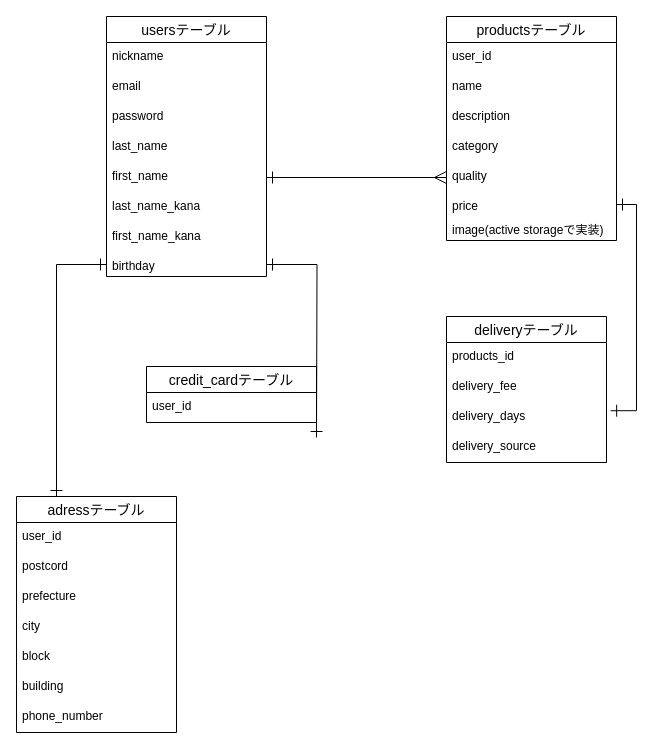
SeyH0409/furima-32867 keeps this draw.io diagram as page "ページ1" (1 of 2) of furima.dio. Above is the earlier version. Source tidied: cells renumbered, new cells numbered last; positions are measured from the earlier drawing's top-left corner, leaving out a move shared by most shapes. Both pictures are drawn from the tidied source at 100%, with x=0, y=0 at pixel (16, 16).
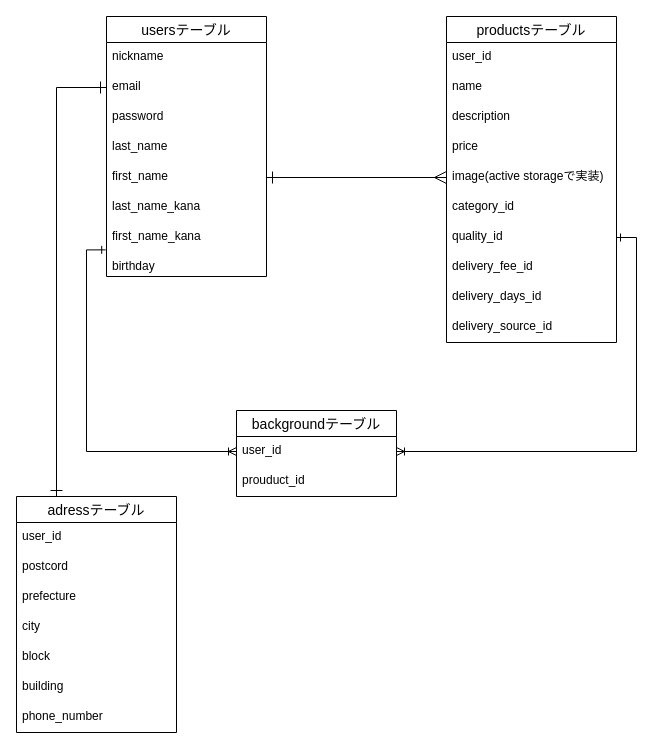
The same page after the edit.

Commit message (it also covers changes not shown here):
データベース設計　二回目

The change refers to these unchanged cells:
```xml
<mxCell id="4" value="email&#10;" style="text;strokeColor=none;fillColor=none;spacingLeft=4;spacingRight=4;overflow=hidden;points=[[0,0.5],[1,0.5]];portConstraint=eastwest;fontSize=12;" parent="2" vertex="1">
  <mxGeometry y="56" width="160" height="30" as="geometry" />
</mxCell>
<mxCell id="7" value="first_name" style="text;strokeColor=none;fillColor=none;spacingLeft=4;spacingRight=4;overflow=hidden;points=[[0,0.5],[1,0.5]];portConstraint=eastwest;fontSize=12;" parent="2" vertex="1">
  <mxGeometry y="146" width="160" height="30" as="geometry" />
</mxCell>
<mxCell id="9" value="first_name_kana" style="text;strokeColor=none;fillColor=none;spacingLeft=4;spacingRight=4;overflow=hidden;points=[[0,0.5],[1,0.5]];portConstraint=eastwest;fontSize=12;" parent="2" vertex="1">
  <mxGeometry y="206" width="160" height="30" as="geometry" />
</mxCell>
<mxCell id="10" value="birthday" style="text;strokeColor=none;fillColor=none;spacingLeft=4;spacingRight=4;overflow=hidden;points=[[0,0.5],[1,0.5]];portConstraint=eastwest;fontSize=12;" parent="2" vertex="1">
  <mxGeometry y="236" width="160" height="24" as="geometry" />
</mxCell>
<mxCell id="29" value="adressテーブル" style="swimlane;fontStyle=0;horizontal=1;startSize=26;align=center;fontSize=14;" parent="1" vertex="1">
  <mxGeometry y="480" width="160" height="236" as="geometry" />
</mxCell>
```

Change to the diagram source:
```diff
@@
     <mxCell id="11" value="productsテーブル" style="swimlane;fontStyle=0;horizontal=1;startSize=26;align=center;fontSize=14;" parent="1" vertex="1">
-      <mxGeometry x="430" width="170" height="224" as="geometry" />
+      <mxGeometry x="430" width="170" height="326" as="geometry" />
     </mxCell>
@@
-    <mxCell id="15" value="category" style="text;strokeColor=none;fillColor=none;spacingLeft=4;spacingRight=4;overflow=hidden;fontSize=12;" parent="11" vertex="1">
+    <mxCell id="15" value="price" style="text;strokeColor=none;fillColor=none;spacingLeft=4;spacingRight=4;overflow=hidden;fontSize=12;" parent="11" vertex="1">
       <mxGeometry y="116" width="170" height="30" as="geometry" />
     </mxCell>
+    <mxCell id="18" value="image(active storageで実装)" style="text;strokeColor=none;fillColor=none;spacingLeft=4;spacingRight=4;overflow=hidden;points=[[0,0.5],[1,0.5]];portConstraint=eastwest;fontSize=12;" parent="11" vertex="1">
+      <mxGeometry y="146" width="170" height="30" as="geometry" />
+    </mxCell>
+    <mxCell id="38" value="category_id" style="text;strokeColor=none;fillColor=none;spacingLeft=4;spacingRight=4;overflow=hidden;fontSize=12;" parent="11" vertex="1">
+      <mxGeometry y="176" width="170" height="30" as="geometry" />
+    </mxCell>
-    <mxCell id="16" value="quality" style="text;strokeColor=none;fillColor=none;spacingLeft=4;spacingRight=4;overflow=hidden;points=[[0,0.5],[1,0.5]];portConstraint=eastwest;fontSize=12;" parent="11" vertex="1">
-      <mxGeometry y="146" width="170" height="30" as="geometry" />
+    <mxCell id="16" value="quality_id" style="text;strokeColor=none;fillColor=none;spacingLeft=4;spacingRight=4;overflow=hidden;points=[[0,0.5],[1,0.5]];portConstraint=eastwest;fontSize=12;" parent="11" vertex="1">
+      <mxGeometry y="206" width="170" height="30" as="geometry" />
     </mxCell>
-    <mxCell id="17" value="price" style="text;strokeColor=none;fillColor=none;spacingLeft=4;spacingRight=4;overflow=hidden;points=[[0,0.5],[1,0.5]];portConstraint=eastwest;fontSize=12;" parent="11" vertex="1">
-      <mxGeometry y="176" width="170" height="24" as="geometry" />
-    </mxCell>
-    <mxCell id="18" value="image(active storageで実装)" style="text;strokeColor=none;fillColor=none;spacingLeft=4;spacingRight=4;overflow=hidden;points=[[0,0.5],[1,0.5]];portConstraint=eastwest;fontSize=12;" parent="11" vertex="1">
-      <mxGeometry y="200" width="170" height="24" as="geometry" />
-    </mxCell>
+    <mxCell id="39" value="delivery_fee_id" style="text;strokeColor=none;fillColor=none;spacingLeft=4;spacingRight=4;overflow=hidden;fontSize=12;" parent="11" vertex="1">
+      <mxGeometry y="236" width="170" height="30" as="geometry" />
+    </mxCell>
+    <mxCell id="40" value="delivery_days_id" style="text;strokeColor=none;fillColor=none;spacingLeft=4;spacingRight=4;overflow=hidden;fontSize=12;" parent="11" vertex="1">
+      <mxGeometry y="266" width="170" height="30" as="geometry" />
+    </mxCell>
+    <mxCell id="41" value="delivery_source_id" style="text;strokeColor=none;fillColor=none;spacingLeft=4;spacingRight=4;overflow=hidden;fontSize=12;" parent="11" vertex="1">
+      <mxGeometry y="296" width="170" height="30" as="geometry" />
+    </mxCell>
-    <mxCell id="19" style="edgeStyle=orthogonalEdgeStyle;rounded=0;jettySize=auto;html=1;exitX=1;exitY=0.5;exitDx=0;exitDy=0;entryX=0;entryY=0.5;entryDx=0;entryDy=0;startArrow=ERone;startFill=0;startSize=10;endArrow=ERmany;endFill=0;endSize=10;" parent="1" edge="1" source="7" target="16">
+    <mxCell id="19" style="edgeStyle=orthogonalEdgeStyle;rounded=0;jettySize=auto;html=1;exitX=1;exitY=0.5;exitDx=0;exitDy=0;entryX=0;entryY=0.5;entryDx=0;entryDy=0;startArrow=ERone;startFill=0;startSize=10;endArrow=ERmany;endFill=0;endSize=10;" parent="1" edge="1" source="7" target="18">
       <mxGeometry relative="1" as="geometry" />
     </mxCell>
-    <mxCell id="20" value="deliveryテーブル" style="swimlane;fontStyle=0;horizontal=1;startSize=26;align=center;fontSize=14;" parent="1" vertex="1">
-      <mxGeometry x="430" y="300" width="160" height="146" as="geometry" />
-    </mxCell>
-    <mxCell id="21" value="products_id" style="text;strokeColor=none;fillColor=none;spacingLeft=4;spacingRight=4;overflow=hidden;fontSize=12;" parent="20" vertex="1">
-      <mxGeometry y="26" width="160" height="30" as="geometry" />
-    </mxCell>
-    <mxCell id="22" value="delivery_fee" style="text;strokeColor=none;fillColor=none;spacingLeft=4;spacingRight=4;overflow=hidden;fontSize=12;" parent="20" vertex="1">
-      <mxGeometry y="56" width="160" height="30" as="geometry" />
-    </mxCell>
-    <mxCell id="23" value="delivery_days" style="text;strokeColor=none;fillColor=none;spacingLeft=4;spacingRight=4;overflow=hidden;points=[[0,0.5],[1,0.5]];portConstraint=eastwest;fontSize=12;" parent="20" vertex="1">
-      <mxGeometry y="86" width="160" height="30" as="geometry" />
-    </mxCell>
-    <mxCell id="24" value="delivery_source" style="text;strokeColor=none;fillColor=none;spacingLeft=4;spacingRight=4;overflow=hidden;fontSize=12;" parent="20" vertex="1">
-      <mxGeometry y="116" width="160" height="30" as="geometry" />
-    </mxCell>
-    <mxCell id="25" style="edgeStyle=orthogonalEdgeStyle;rounded=0;jettySize=auto;html=1;exitX=1;exitY=0.5;exitDx=0;exitDy=0;entryX=1.026;entryY=0.274;entryDx=0;entryDy=0;entryPerimeter=0;startArrow=ERone;startFill=0;startSize=10;endArrow=ERone;endFill=0;endSize=10;" parent="1" edge="1" source="17" target="23">
-      <mxGeometry relative="1" as="geometry" />
-    </mxCell>
-    <mxCell id="26" value="credit_cardテーブル" style="swimlane;fontStyle=0;horizontal=1;startSize=26;align=center;fontSize=14;" parent="1" vertex="1">
-      <mxGeometry x="130" y="350" width="170" height="56" as="geometry" />
-    </mxCell>
-    <mxCell id="27" value="user_id" style="text;strokeColor=none;fillColor=none;spacingLeft=4;spacingRight=4;overflow=hidden;points=[[0,0.5],[1,0.5]];portConstraint=eastwest;fontSize=12;" parent="26" vertex="1">
-      <mxGeometry y="26" width="170" height="30" as="geometry" />
-    </mxCell>
-    <mxCell id="28" style="edgeStyle=orthogonalEdgeStyle;rounded=0;jettySize=auto;html=1;exitX=1;exitY=0.5;exitDx=0;exitDy=0;entryX=1;entryY=0.5;entryDx=0;entryDy=0;startArrow=ERone;startFill=0;startSize=10;endArrow=ERone;endFill=0;endSize=10;" parent="1" edge="1" source="10">
-      <mxGeometry relative="1" as="geometry">
-        <mxPoint x="300" y="421" as="targetPoint" />
-      </mxGeometry>
-    </mxCell>
@@
-    <mxCell id="37" style="edgeStyle=orthogonalEdgeStyle;rounded=0;jettySize=auto;html=1;exitX=0;exitY=0.5;exitDx=0;exitDy=0;entryX=0.25;entryY=0;entryDx=0;entryDy=0;startArrow=ERone;startFill=0;startSize=10;endArrow=ERone;endFill=0;endSize=10;" parent="1" edge="1" source="10" target="29">
+    <mxCell id="37" style="edgeStyle=orthogonalEdgeStyle;rounded=0;jettySize=auto;html=1;exitX=0;exitY=0.5;exitDx=0;exitDy=0;entryX=0.25;entryY=0;entryDx=0;entryDy=0;startArrow=ERone;startFill=0;startSize=10;endArrow=ERone;endFill=0;endSize=10;" parent="1" edge="1" source="4" target="29">
       <mxGeometry relative="1" as="geometry" />
     </mxCell>
+    <mxCell id="42" value="backgroundテーブル" style="swimlane;fontStyle=0;horizontal=1;startSize=26;align=center;fontSize=14;" parent="1" vertex="1">
+      <mxGeometry x="220" y="394" width="160" height="86" as="geometry" />
+    </mxCell>
+    <mxCell id="27" value="user_id" style="text;strokeColor=none;fillColor=none;spacingLeft=4;spacingRight=4;overflow=hidden;points=[[0,0.5],[1,0.5]];portConstraint=eastwest;fontSize=12;" parent="42" vertex="1">
+      <mxGeometry y="26" width="160" height="30" as="geometry" />
+    </mxCell>
+    <mxCell id="43" value="prouduct_id" style="text;strokeColor=none;fillColor=none;spacingLeft=4;spacingRight=4;overflow=hidden;fontSize=12;" parent="42" vertex="1">
+      <mxGeometry y="56" width="160" height="30" as="geometry" />
+    </mxCell>
+    <mxCell id="44" style="edgeStyle=orthogonalEdgeStyle;rounded=0;jettySize=auto;html=1;exitX=-0.005;exitY=0.912;exitDx=0;exitDy=0;entryX=0;entryY=0.5;entryDx=0;entryDy=0;startArrow=ERone;startFill=0;endArrow=ERoneToMany;endFill=0;exitPerimeter=0;" parent="1" edge="1" source="9" target="27">
+      <mxGeometry relative="1" as="geometry" />
+    </mxCell>
+    <mxCell id="45" style="edgeStyle=orthogonalEdgeStyle;rounded=0;jettySize=auto;html=1;exitX=1;exitY=0.5;exitDx=0;exitDy=0;startArrow=ERone;startFill=0;endArrow=ERoneToMany;endFill=0;" parent="1" edge="1" source="10">
+      <mxGeometry relative="1" as="geometry">
+        <mxPoint x="250" y="247.3" as="targetPoint" />
+      </mxGeometry>
+    </mxCell>
+    <mxCell id="46" style="edgeStyle=orthogonalEdgeStyle;rounded=0;jettySize=auto;html=1;exitX=1;exitY=0.5;exitDx=0;exitDy=0;entryX=1;entryY=0.5;entryDx=0;entryDy=0;startArrow=ERone;startFill=0;endArrow=ERoneToMany;endFill=0;" parent="1" edge="1" source="16" target="27">
+      <mxGeometry relative="1" as="geometry" />
+    </mxCell>
```
